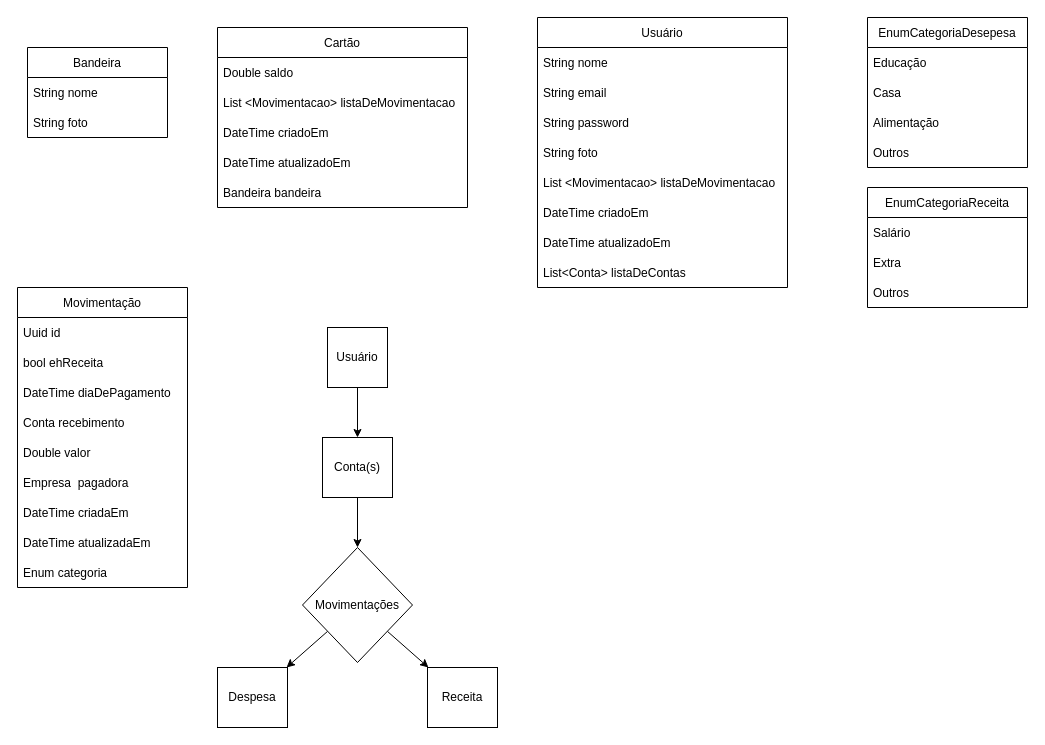
Earlier version of the draw.io diagram page "Page-2" (2 of 3) of finances/abstractio.drawio (Luanftg/PIT01GP01). Source tidied: cells renumbered, new cells numbered last; positions are measured from the earlier drawing's top-left corner, leaving out a move shared by most shapes. Both pictures are drawn from the tidied source at 100%, with x=0, y=0 at pixel (17, 17).
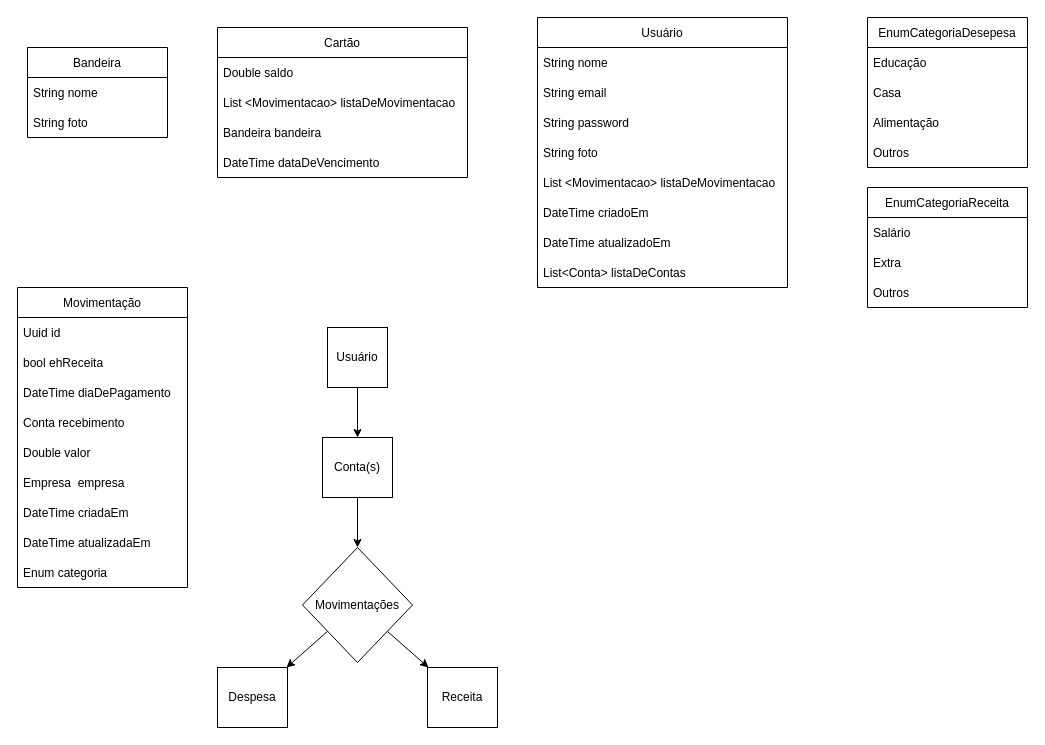
The same diagram, later.

The change refers to these unchanged cells:
```xml
<mxCell id="18" value="Movimentação" style="swimlane;fontStyle=0;horizontal=1;startSize=30;" parent="1" vertex="1">
  <mxGeometry y="270" width="170" height="300" as="geometry" />
</mxCell>
```

The edit, as a diff of the source:
```diff
@@
-    <mxCell id="24" value="Empresa  pagadora" style="text;strokeColor=none;fillColor=none;align=left;verticalAlign=middle;spacingLeft=4;spacingRight=4;overflow=hidden;" parent="18" vertex="1">
+    <mxCell id="24" value="Empresa  empresa" style="text;strokeColor=none;fillColor=none;align=left;verticalAlign=middle;spacingLeft=4;spacingRight=4;overflow=hidden;" parent="18" vertex="1">
       <mxGeometry y="180" width="170" height="30" as="geometry" />
     </mxCell>
@@
     <mxCell id="28" value="Cartão" style="swimlane;fontStyle=0;horizontal=1;startSize=30;" parent="1" vertex="1">
-      <mxGeometry x="200" y="10" width="250" height="180" as="geometry" />
+      <mxGeometry x="200" y="10" width="250" height="150" as="geometry" />
     </mxCell>
@@
-    <mxCell id="31" value="DateTime criadoEm" style="text;strokeColor=none;fillColor=none;align=left;verticalAlign=middle;spacingLeft=4;spacingRight=4;overflow=hidden;" parent="28" vertex="1">
-      <mxGeometry y="90" width="250" height="30" as="geometry" />
-    </mxCell>
-    <mxCell id="32" value="DateTime atualizadoEm" style="text;strokeColor=none;fillColor=none;align=left;verticalAlign=middle;spacingLeft=4;spacingRight=4;overflow=hidden;" parent="28" vertex="1">
-      <mxGeometry y="120" width="250" height="30" as="geometry" />
-    </mxCell>
     <mxCell id="33" value="Bandeira bandeira" style="text;strokeColor=none;fillColor=none;align=left;verticalAlign=middle;spacingLeft=4;spacingRight=4;overflow=hidden;" parent="28" vertex="1">
-      <mxGeometry y="150" width="250" height="30" as="geometry" />
+      <mxGeometry y="90" width="250" height="30" as="geometry" />
     </mxCell>
+    <mxCell id="48" value="DateTime dataDeVencimento" style="text;strokeColor=none;fillColor=none;align=left;verticalAlign=middle;spacingLeft=4;spacingRight=4;overflow=hidden;" parent="28" vertex="1">
+      <mxGeometry y="120" width="250" height="30" as="geometry" />
+    </mxCell>
```
